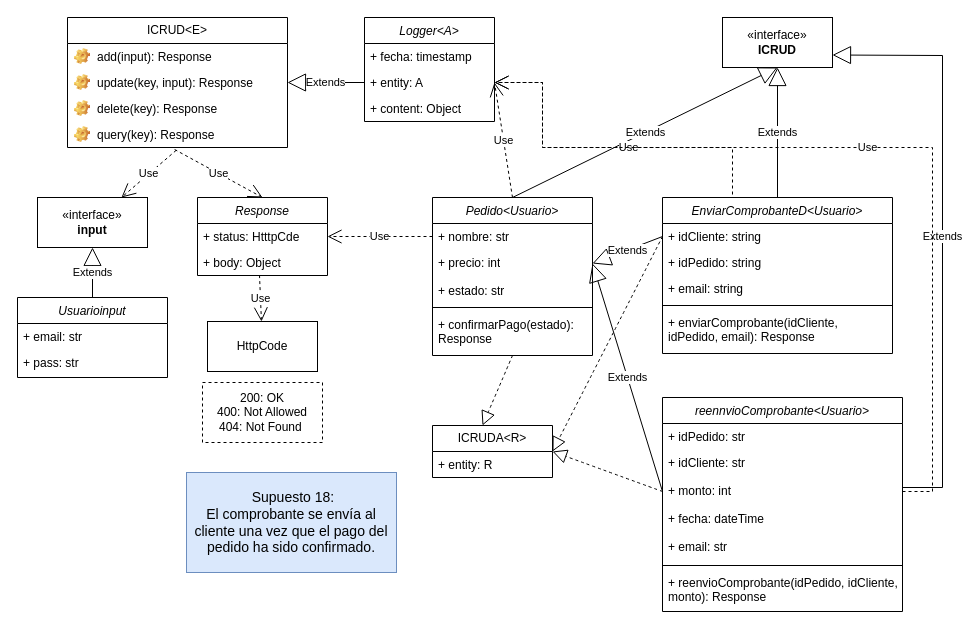
Giggin-html/dwm4 keeps this draw.io diagram as Front-End_Sprint/Diagrama Supuesto18.drawio. Above is the earlier version. Source tidied: cells renumbered, new cells numbered last; positions are measured from the earlier drawing's top-left corner, leaving out a move shared by most shapes. Both pictures are drawn from the tidied source at 100%, with x=0, y=0 at pixel (17, 17).
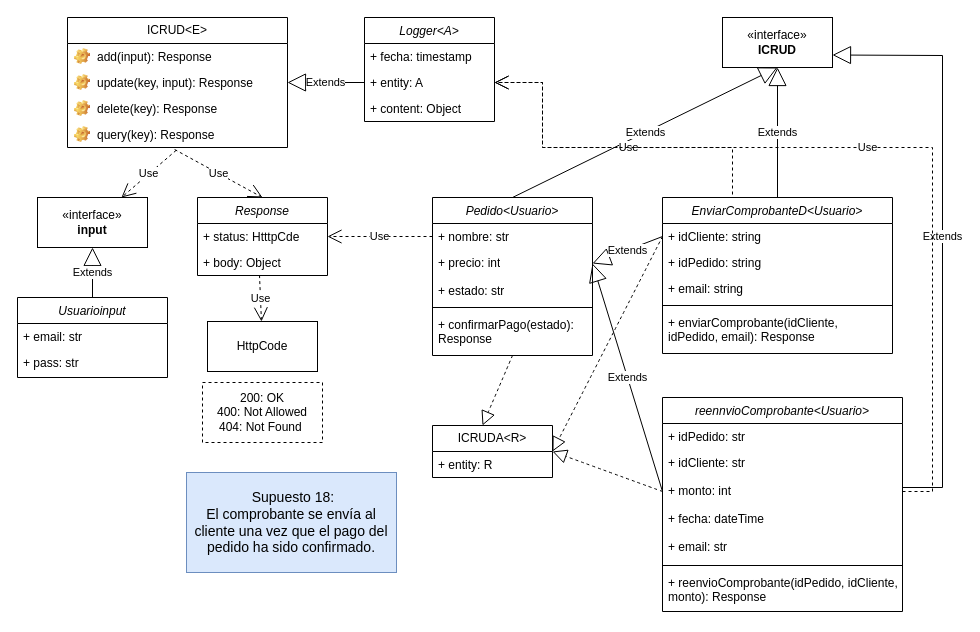
The same diagram, later.

The change refers to these unchanged cells:
```xml
<mxCell id="25" value="+ entity: A" style="text;strokeColor=none;fillColor=none;align=left;verticalAlign=top;spacingLeft=4;spacingRight=4;overflow=hidden;points=[[0,0.5],[1,0.5]];portConstraint=eastwest;whiteSpace=wrap;html=1;" parent="23" vertex="1">
  <mxGeometry y="52" width="130" height="26" as="geometry" />
</mxCell>
<mxCell id="48" value="Pedido&lt;Usuario&gt;" style="swimlane;fontStyle=2;align=center;verticalAlign=top;horizontal=1;startSize=26;rounded=0;shadow=0;strokeWidth=1;" parent="1" vertex="1">
  <mxGeometry x="415" y="180" width="160" height="158" as="geometry" />
</mxCell>
```

Change to the diagram source:
```diff
@@
-    <mxCell id="60" value="Use" style="endArrow=open;endSize=12;dashed=1;html=1;rounded=0;entryX=1;entryY=0.5;entryDx=0;entryDy=0;exitX=0.5;exitY=0;exitDx=0;exitDy=0;" parent="1" edge="1" source="48" target="25">
-      <mxGeometry relative="1" as="geometry" />
-    </mxCell>
```
